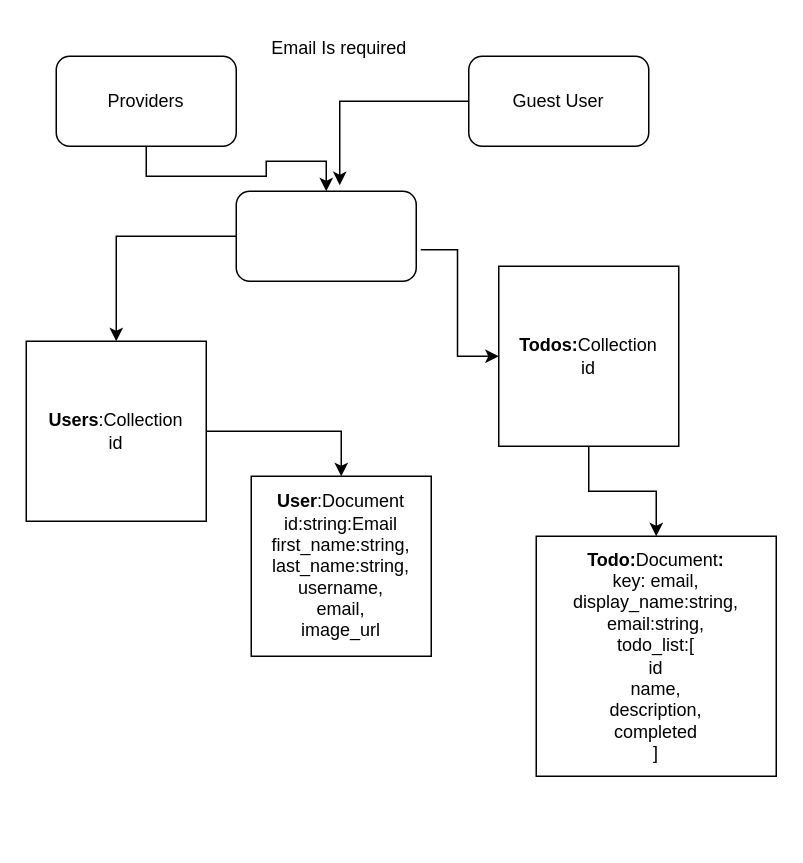
Earlier version of the draw.io diagram UI/Basic_Todo_App_DB_Mongo.drawio (NorbertoStudios/Basic_Todo_App). Source tidied: cells renumbered, new cells numbered last; positions are measured from the earlier drawing's top-left corner, leaving out a move shared by most shapes. Both pictures are drawn from the tidied source at 150%, with x=0, y=0 at pixel (26, 26).
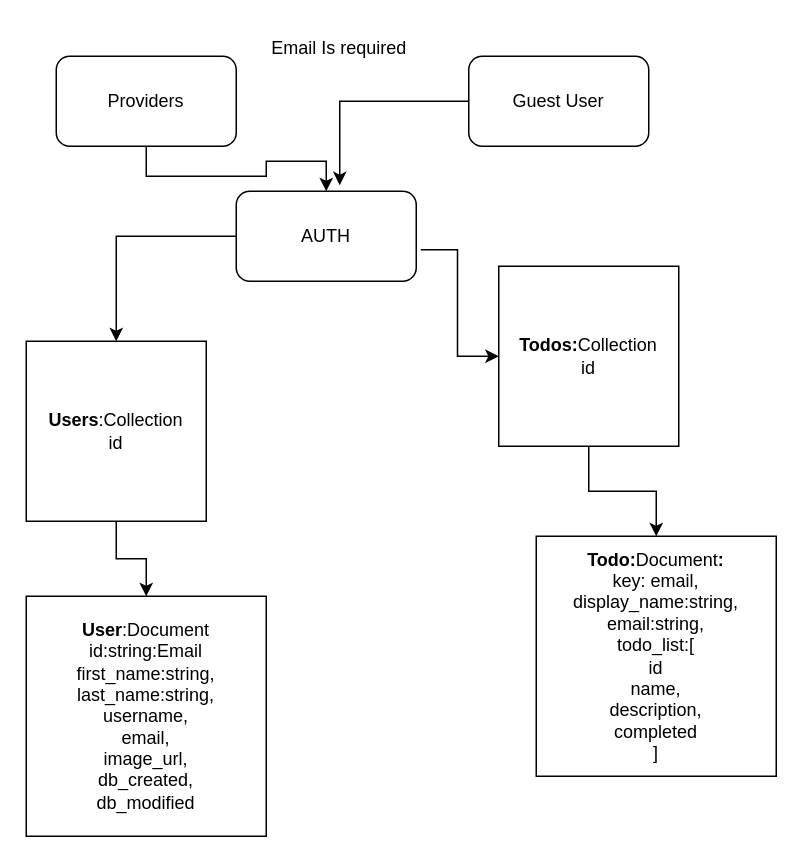
After the change.

The edit, as a diff of the source:
```diff
@@
 <mxGraphModel>
   <root>
     <mxCell id="0" />
     <mxCell id="1" parent="0" />
     <mxCell id="2" style="edgeStyle=orthogonalEdgeStyle;rounded=0;jettySize=auto;html=1;entryX=0.5;entryY=0;entryDx=0;entryDy=0;" parent="1" edge="1" source="4" target="10">
       <mxGeometry relative="1" as="geometry" />
     </mxCell>
     <mxCell id="3" style="edgeStyle=orthogonalEdgeStyle;rounded=0;jettySize=auto;html=1;exitX=1.025;exitY=0.65;exitDx=0;exitDy=0;exitPerimeter=0;" parent="1" edge="1" source="15" target="12">
       <mxGeometry relative="1" as="geometry" />
     </mxCell>
     <mxCell id="4" value="&lt;b&gt;Users&lt;/b&gt;:Collection&lt;br&gt;id" style="whiteSpace=wrap;html=1;" parent="1" vertex="1">
       <mxGeometry y="210" width="120" height="120" as="geometry" />
     </mxCell>
     <mxCell id="5" style="edgeStyle=orthogonalEdgeStyle;rounded=0;jettySize=auto;html=1;" parent="1" edge="1" source="6" target="15">
       <mxGeometry relative="1" as="geometry" />
     </mxCell>
     <mxCell id="6" value="Providers" style="rounded=1;whiteSpace=wrap;html=1;" parent="1" vertex="1">
       <mxGeometry x="20" y="20" width="120" height="60" as="geometry" />
     </mxCell>
     <mxCell id="7" style="edgeStyle=orthogonalEdgeStyle;rounded=0;jettySize=auto;html=1;entryX=0.575;entryY=-0.067;entryDx=0;entryDy=0;entryPerimeter=0;" parent="1" edge="1" source="8" target="15">
       <mxGeometry relative="1" as="geometry" />
     </mxCell>
     <mxCell id="8" value="Guest User" style="rounded=1;whiteSpace=wrap;html=1;" parent="1" vertex="1">
       <mxGeometry x="295" y="20" width="120" height="60" as="geometry" />
     </mxCell>
     <mxCell id="9" value="Email Is required&amp;nbsp;" style="text;html=1;align=center;verticalAlign=middle;strokeColor=none;fillColor=none;" parent="1" vertex="1">
       <mxGeometry x="150" width="120" height="30" as="geometry" />
     </mxCell>
-    <mxCell id="10" value="&lt;b&gt;User&lt;/b&gt;:Document&lt;br&gt;id:string:Email&lt;br&gt;first_name:string,&lt;br&gt;last_name:string,&lt;br&gt;username,&lt;br&gt;email,&lt;br&gt;image_url" style="whiteSpace=wrap;html=1;" parent="1" vertex="1">
-      <mxGeometry x="150" y="300" width="120" height="120" as="geometry" />
+    <mxCell id="10" value="&lt;b&gt;User&lt;/b&gt;:Document&lt;br&gt;id:string:Email&lt;br&gt;first_name:string,&lt;br&gt;last_name:string,&lt;br&gt;username,&lt;br&gt;email,&lt;br&gt;image_url,&lt;br&gt;&lt;div&gt;db_created,&lt;/div&gt;&lt;div&gt;db_modified&lt;/div&gt;" style="whiteSpace=wrap;html=1;" parent="1" vertex="1">
+      <mxGeometry y="380" width="160" height="160" as="geometry" />
     </mxCell>
     <mxCell id="11" style="edgeStyle=orthogonalEdgeStyle;rounded=0;jettySize=auto;html=1;" parent="1" edge="1" source="12" target="13">
       <mxGeometry relative="1" as="geometry" />
     </mxCell>
     <mxCell id="12" value="&lt;b&gt;Todos:&lt;/b&gt;Collection&lt;br&gt;id" style="whiteSpace=wrap;html=1;" parent="1" vertex="1">
       <mxGeometry x="315" y="160" width="120" height="120" as="geometry" />
     </mxCell>
     <mxCell id="13" value="&lt;b&gt;Todo:&lt;/b&gt;Document&lt;b&gt;:&lt;br&gt;&lt;/b&gt;key: email,&lt;br&gt;display_name:string,&lt;br&gt;email:string,&lt;br&gt;todo_list:[&lt;br&gt;id&lt;br&gt;name,&lt;br&gt;description,&lt;br&gt;completed&lt;br&gt;]" style="whiteSpace=wrap;html=1;" parent="1" vertex="1">
       <mxGeometry x="340" y="340" width="160" height="160" as="geometry" />
     </mxCell>
     <mxCell id="14" style="edgeStyle=orthogonalEdgeStyle;rounded=0;jettySize=auto;html=1;" parent="1" edge="1" source="15" target="4">
       <mxGeometry relative="1" as="geometry" />
     </mxCell>
-    <mxCell id="15" style="rounded=1;whiteSpace=wrap;html=1;" parent="1" vertex="1">
+    <mxCell id="15" value="AUTH" style="rounded=1;whiteSpace=wrap;html=1;" parent="1" vertex="1">
       <mxGeometry x="140" y="110" width="120" height="60" as="geometry" />
     </mxCell>
   </root>
 </mxGraphModel>
```
